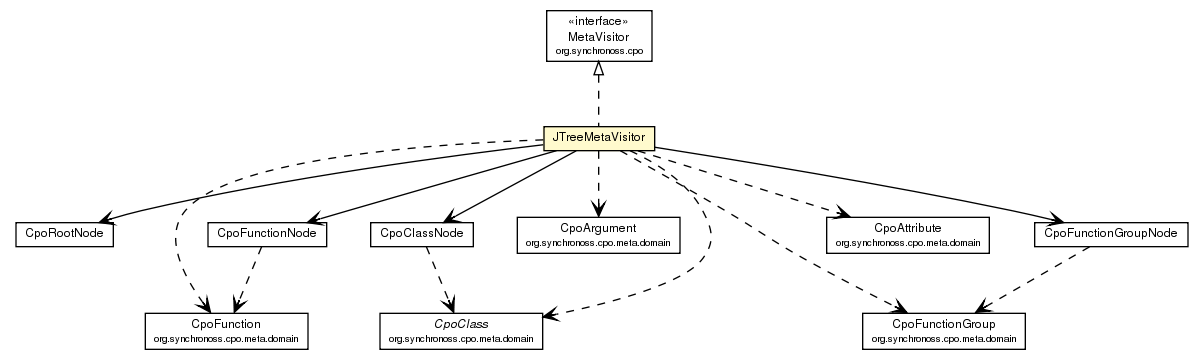
synchronoss/cpo-util keeps this Graphviz diagram as site/apidocs/org/synchronoss/cpo/util/JTreeMetaVisitor.png. Above is the earlier version. Its source is kept beside it as site/apidocs/org/synchronoss/cpo/util/JTreeMetaVisitor.dot.
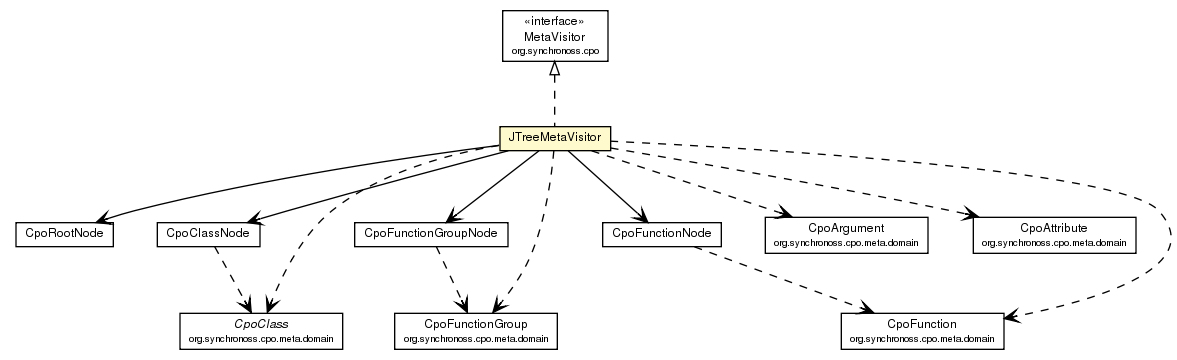
After the change.

What changed in the source:
```diff
@@ -32,39 +32,39 @@
 	c1707:p -> c1723:p [taillabel="", label="", headlabel="", fontname="Helvetica", fontcolor="black", fontsize=10.0, color="black", arrowhead=open];
 	c1707:p -> c1728:p [taillabel="", label="", headlabel="", fontname="Helvetica", fontcolor="black", fontsize=10.0, color="black", arrowhead=open];
 	c1707:p -> c1721:p [taillabel="", label="", headlabel="", fontname="Helvetica", fontcolor="black", fontsize=10.0, color="black", arrowhead=open];
-	c1707:p -> c1765:p [taillabel="", label="", headlabel="", fontname="Helvetica", fontcolor="black", fontsize=10.0, color="black", arrowhead=open, style=dashed];
 	c1707:p -> c1766:p [taillabel="", label="", headlabel="", fontname="Helvetica", fontcolor="black", fontsize=10.0, color="black", arrowhead=open, style=dashed];
 	c1707:p -> c1767:p [taillabel="", label="", headlabel="", fontname="Helvetica", fontcolor="black", fontsize=10.0, color="black", arrowhead=open, style=dashed];
 	c1707:p -> c1768:p [taillabel="", label="", headlabel="", fontname="Helvetica", fontcolor="black", fontsize=10.0, color="black", arrowhead=open, style=dashed];
+	c1707:p -> c1769:p [taillabel="", label="", headlabel="", fontname="Helvetica", fontcolor="black", fontsize=10.0, color="black", arrowhead=open, style=dashed];
 	c1707:p -> c1770:p [taillabel="", label="", headlabel="", fontname="Helvetica", fontcolor="black", fontsize=10.0, color="black", arrowhead=open, style=dashed];
-	c1721:p -> c1767:p [taillabel="", label="", headlabel="", fontname="Helvetica", fontcolor="black", fontsize=10.0, color="black", arrowhead=open, style=dashed];
-	c1723:p -> c1766:p [taillabel="", label="", headlabel="", fontname="Helvetica", fontcolor="black", fontsize=10.0, color="black", arrowhead=open, style=dashed];
-	c1728:p -> c1770:p [taillabel="", label="", headlabel="", fontname="Helvetica", fontcolor="black", fontsize=10.0, color="black", arrowhead=open, style=dashed];
-	c1766 [label=<<table border="0" cellborder="1" cellspacing="0" cellpadding="2" port="p" href="http://java.sun.com/j2se/1.4.2/docs/api/org/synchronoss/cpo/meta/domain/CpoClass.html">
+	c1721:p -> c1770:p [taillabel="", label="", headlabel="", fontname="Helvetica", fontcolor="black", fontsize=10.0, color="black", arrowhead=open, style=dashed];
+	c1723:p -> c1767:p [taillabel="", label="", headlabel="", fontname="Helvetica", fontcolor="black", fontsize=10.0, color="black", arrowhead=open, style=dashed];
+	c1728:p -> c1766:p [taillabel="", label="", headlabel="", fontname="Helvetica", fontcolor="black", fontsize=10.0, color="black", arrowhead=open, style=dashed];
+	c1767 [label=<<table border="0" cellborder="1" cellspacing="0" cellpadding="2" port="p" href="http://java.sun.com/j2se/1.4.2/docs/api/org/synchronoss/cpo/meta/domain/CpoClass.html">
 		<tr><td><table border="0" cellspacing="0" cellpadding="1">
 			<tr><td><font face="Helvetica-Oblique"> CpoClass </font></td></tr>
 			<tr><td><font point-size="7.0"> org.synchronoss.cpo.meta.domain </font></td></tr>
 		</table></td></tr>
 		</table>>, fontname="Helvetica", fontcolor="black", fontsize=9.0];
-	c1765 [label=<<table border="0" cellborder="1" cellspacing="0" cellpadding="2" port="p" href="http://java.sun.com/j2se/1.4.2/docs/api/org/synchronoss/cpo/meta/domain/CpoArgument.html">
+	c1768 [label=<<table border="0" cellborder="1" cellspacing="0" cellpadding="2" port="p" href="http://java.sun.com/j2se/1.4.2/docs/api/org/synchronoss/cpo/meta/domain/CpoArgument.html">
 		<tr><td><table border="0" cellspacing="0" cellpadding="1">
 			<tr><td> CpoArgument </td></tr>
 			<tr><td><font point-size="7.0"> org.synchronoss.cpo.meta.domain </font></td></tr>
 		</table></td></tr>
 		</table>>, fontname="Helvetica", fontcolor="black", fontsize=9.0];
-	c1768 [label=<<table border="0" cellborder="1" cellspacing="0" cellpadding="2" port="p" href="http://java.sun.com/j2se/1.4.2/docs/api/org/synchronoss/cpo/meta/domain/CpoAttribute.html">
+	c1769 [label=<<table border="0" cellborder="1" cellspacing="0" cellpadding="2" port="p" href="http://java.sun.com/j2se/1.4.2/docs/api/org/synchronoss/cpo/meta/domain/CpoAttribute.html">
 		<tr><td><table border="0" cellspacing="0" cellpadding="1">
 			<tr><td> CpoAttribute </td></tr>
 			<tr><td><font point-size="7.0"> org.synchronoss.cpo.meta.domain </font></td></tr>
 		</table></td></tr>
 		</table>>, fontname="Helvetica", fontcolor="black", fontsize=9.0];
-	c1767 [label=<<table border="0" cellborder="1" cellspacing="0" cellpadding="2" port="p" href="http://java.sun.com/j2se/1.4.2/docs/api/org/synchronoss/cpo/meta/domain/CpoFunction.html">
+	c1770 [label=<<table border="0" cellborder="1" cellspacing="0" cellpadding="2" port="p" href="http://java.sun.com/j2se/1.4.2/docs/api/org/synchronoss/cpo/meta/domain/CpoFunction.html">
 		<tr><td><table border="0" cellspacing="0" cellpadding="1">
 			<tr><td> CpoFunction </td></tr>
 			<tr><td><font point-size="7.0"> org.synchronoss.cpo.meta.domain </font></td></tr>
 		</table></td></tr>
 		</table>>, fontname="Helvetica", fontcolor="black", fontsize=9.0];
-	c1770 [label=<<table border="0" cellborder="1" cellspacing="0" cellpadding="2" port="p" href="http://java.sun.com/j2se/1.4.2/docs/api/org/synchronoss/cpo/meta/domain/CpoFunctionGroup.html">
+	c1766 [label=<<table border="0" cellborder="1" cellspacing="0" cellpadding="2" port="p" href="http://java.sun.com/j2se/1.4.2/docs/api/org/synchronoss/cpo/meta/domain/CpoFunctionGroup.html">
 		<tr><td><table border="0" cellspacing="0" cellpadding="1">
 			<tr><td> CpoFunctionGroup </td></tr>
 			<tr><td><font point-size="7.0"> org.synchronoss.cpo.meta.domain </font></td></tr>
```
